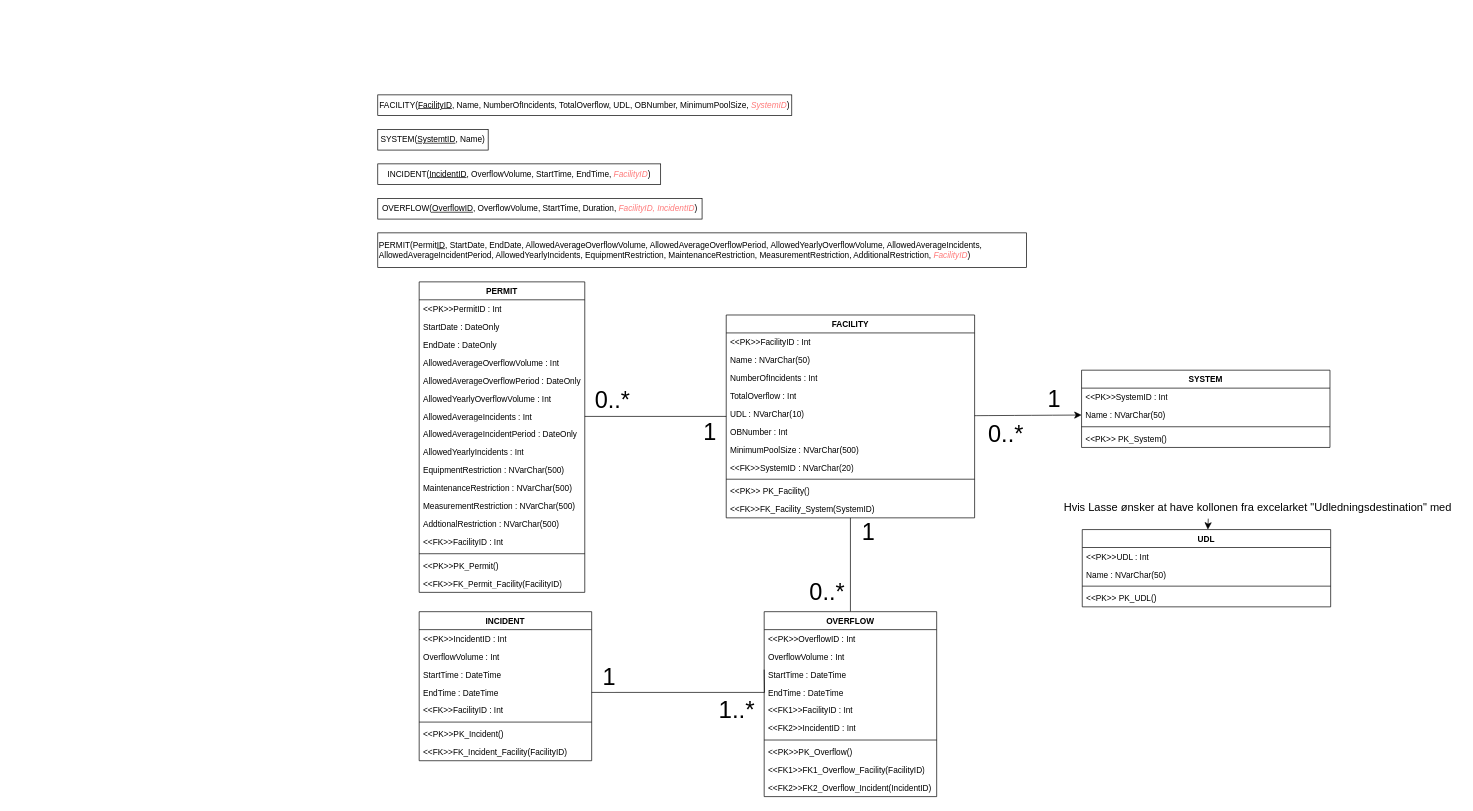
This is Relationsskemaer_og_ERDiagram.drawio from DScharla/T14, a draw.io file, before an edit. Source tidied: cells renumbered, new cells numbered last; positions are measured from the earlier drawing's top-left corner, leaving out a move shared by most shapes. Both pictures are drawn from the tidied source at 69%, with x=0, y=0 at pixel (377, 95).
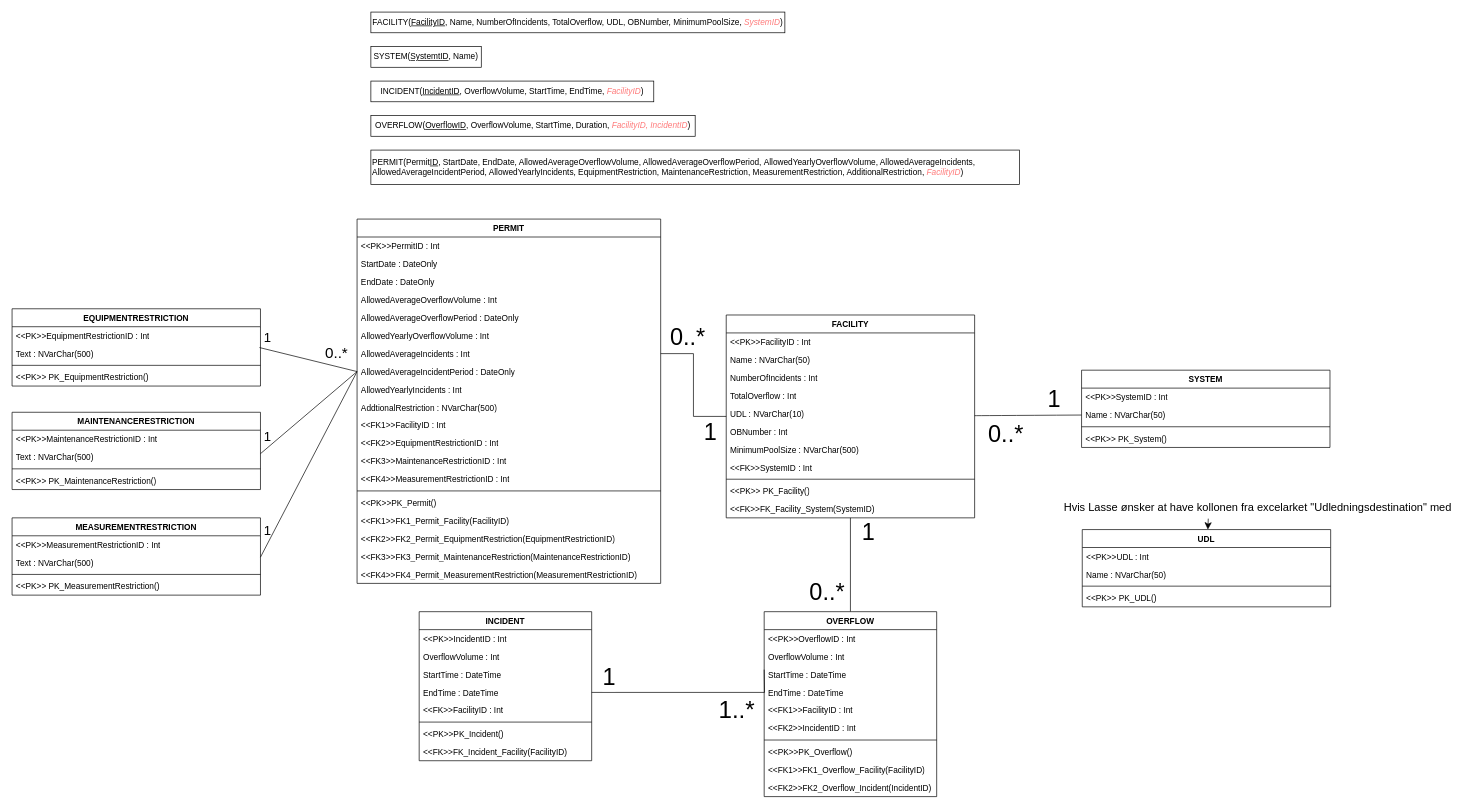
The same page after the edit.

Commit message:
opdateret ER-diagram

Unchanged cells that the change refers to:
```xml
<mxCell id="15" value="FACILITY" style="swimlane;fontStyle=1;align=center;verticalAlign=top;horizontal=1;startSize=26;whiteSpace=wrap;html=1;" parent="1" vertex="1">
  <mxGeometry x="505" y="319" width="360" height="294" as="geometry" />
</mxCell>
<mxCell id="70" value="Name : NVarChar(50)" style="text;strokeColor=none;fillColor=none;align=left;verticalAlign=top;spacingLeft=4;spacingRight=4;overflow=hidden;points=[[0,0.5],[1,0.5]];portConstraint=eastwest;whiteSpace=wrap;html=1;" parent="68" vertex="1">
  <mxGeometry y="52" width="360" height="26" as="geometry" />
</mxCell>
```

What changed in the source:
```diff
@@
     <mxCell id="2" value="FACILITY(&lt;u&gt;FacilityID&lt;/u&gt;, Name, NumberOfIncidents, TotalOverflow, UDL, OBNumber, MinimumPoolSize, &lt;i&gt;&lt;font color=&quot;#ff7a7a&quot;&gt;SystemID&lt;/font&gt;&lt;/i&gt;)" style="rounded=0;whiteSpace=wrap;html=1;" parent="1" vertex="1">
-      <mxGeometry width="600" height="30" as="geometry" />
+      <mxGeometry x="-10" y="-120" width="600" height="30" as="geometry" />
     </mxCell>
     <mxCell id="3" value="INCIDENT(&lt;u&gt;IncidentID&lt;/u&gt;, OverflowVolume, StartTime, EndTime,&amp;nbsp;&lt;i&gt;&lt;font color=&quot;#ff7a7a&quot;&gt;FacilityID&lt;/font&gt;&lt;/i&gt;)" style="rounded=0;whiteSpace=wrap;html=1;" parent="1" vertex="1">
-      <mxGeometry y="100" width="410" height="30" as="geometry" />
+      <mxGeometry x="-10" y="-20" width="410" height="30" as="geometry" />
     </mxCell>
     <mxCell id="4" value="OVERFLOW(&lt;u&gt;OverflowID&lt;/u&gt;, OverflowVolume, StartTime, Duration,&amp;nbsp;&lt;i&gt;&lt;font color=&quot;#ff7a7a&quot;&gt;FacilityID,&amp;nbsp;&lt;/font&gt;&lt;/i&gt;&lt;i&gt;&lt;font color=&quot;#ff7a7a&quot;&gt;IncidentID&lt;/font&gt;&lt;/i&gt;)" style="rounded=0;whiteSpace=wrap;html=1;" parent="1" vertex="1">
-      <mxGeometry y="150" width="470" height="30" as="geometry" />
+      <mxGeometry x="-10" y="30" width="470" height="30" as="geometry" />
     </mxCell>
     <mxCell id="5" value="PERMIT(Permit&lt;u&gt;ID&lt;/u&gt;, StartDate, EndDate, AllowedAverageOverflowVolume, AllowedAverageOverflowPeriod,&amp;nbsp;AllowedYearlyOverflowVolume, AllowedAverageIncidents, AllowedAverageIncidentPeriod, AllowedYearlyIncidents, EquipmentRestriction, MaintenanceRestriction, MeasurementRestriction, AdditionalRestriction, &lt;i&gt;&lt;font color=&quot;#ff7a7a&quot;&gt;FacilityID&lt;/font&gt;&lt;/i&gt;)" style="rounded=0;whiteSpace=wrap;html=1;align=left;" parent="1" vertex="1">
-      <mxGeometry y="200" width="940" height="50" as="geometry" />
+      <mxGeometry x="-10" y="80" width="940" height="50" as="geometry" />
     </mxCell>
@@
-    <mxCell id="12" style="edgeStyle=none;curved=1;rounded=0;jettySize=auto;html=1;fontSize=12;startSize=8;endSize=8;entryX=0;entryY=0.5;entryDx=0;entryDy=0;" parent="1" edge="1" source="15" target="70">
+    <mxCell id="12" style="edgeStyle=none;curved=1;rounded=0;jettySize=auto;html=1;fontSize=12;startSize=8;endSize=8;entryX=0;entryY=0.5;entryDx=0;entryDy=0;endArrow=none;endFill=0;" parent="1" edge="1" source="15" target="70">
       <mxGeometry relative="1" as="geometry" />
     </mxCell>
@@
-    <mxCell id="23" value="&amp;lt;&amp;lt;FK&amp;gt;&amp;gt;SystemID : NVarChar(20)" style="text;strokeColor=none;fillColor=none;align=left;verticalAlign=top;spacingLeft=4;spacingRight=4;overflow=hidden;whiteSpace=wrap;html=1;" parent="15" vertex="1">
+    <mxCell id="23" value="&amp;lt;&amp;lt;FK&amp;gt;&amp;gt;SystemID : Int" style="text;strokeColor=none;fillColor=none;align=left;verticalAlign=top;spacingLeft=4;spacingRight=4;overflow=hidden;whiteSpace=wrap;html=1;" parent="15" vertex="1">
       <mxGeometry y="208" width="360" height="26" as="geometry" />
     </mxCell>
@@
     <mxCell id="36" value="PERMIT" style="swimlane;fontStyle=1;align=center;verticalAlign=top;horizontal=1;startSize=26;whiteSpace=wrap;html=1;" parent="1" vertex="1">
-      <mxGeometry x="60" y="271" width="240" height="450" as="geometry" />
+      <mxGeometry x="-30" y="180" width="440" height="528" as="geometry" />
     </mxCell>
     <mxCell id="37" value="&amp;lt;&amp;lt;PK&amp;gt;&amp;gt;PermitID : Int" style="text;strokeColor=none;fillColor=none;align=left;verticalAlign=top;spacingLeft=4;spacingRight=4;overflow=hidden;whiteSpace=wrap;html=1;" parent="36" vertex="1">
-      <mxGeometry y="26" width="240" height="26" as="geometry" />
+      <mxGeometry y="26" width="440" height="26" as="geometry" />
     </mxCell>
     <mxCell id="38" value="StartDate : DateOnly" style="text;strokeColor=none;fillColor=none;align=left;verticalAlign=top;spacingLeft=4;spacingRight=4;overflow=hidden;whiteSpace=wrap;html=1;" parent="36" vertex="1">
-      <mxGeometry y="52" width="240" height="26" as="geometry" />
+      <mxGeometry y="52" width="440" height="26" as="geometry" />
     </mxCell>
     <mxCell id="39" value="EndDate : DateOnly" style="text;strokeColor=none;fillColor=none;align=left;verticalAlign=top;spacingLeft=4;spacingRight=4;overflow=hidden;whiteSpace=wrap;html=1;" parent="36" vertex="1">
-      <mxGeometry y="78" width="240" height="26" as="geometry" />
+      <mxGeometry y="78" width="440" height="26" as="geometry" />
     </mxCell>
     <mxCell id="40" value="AllowedAverageOverflowVolume : Int" style="text;strokeColor=none;fillColor=none;align=left;verticalAlign=top;spacingLeft=4;spacingRight=4;overflow=hidden;whiteSpace=wrap;html=1;" parent="36" vertex="1">
-      <mxGeometry y="104" width="240" height="26" as="geometry" />
+      <mxGeometry y="104" width="440" height="26" as="geometry" />
     </mxCell>
     <mxCell id="41" value="AllowedAverageOverflowPeriod : DateOnly" style="text;strokeColor=none;fillColor=none;align=left;verticalAlign=top;spacingLeft=4;spacingRight=4;overflow=hidden;whiteSpace=wrap;html=1;" parent="36" vertex="1">
-      <mxGeometry y="130" width="240" height="26" as="geometry" />
+      <mxGeometry y="130" width="440" height="26" as="geometry" />
     </mxCell>
     <mxCell id="42" value="AllowedYearlyOverflowVolume : Int" style="text;strokeColor=none;fillColor=none;align=left;verticalAlign=top;spacingLeft=4;spacingRight=4;overflow=hidden;whiteSpace=wrap;html=1;" parent="36" vertex="1">
-      <mxGeometry y="156" width="240" height="26" as="geometry" />
+      <mxGeometry y="156" width="440" height="26" as="geometry" />
     </mxCell>
     <mxCell id="43" value="AllowedAverageIncidents : Int" style="text;strokeColor=none;fillColor=none;align=left;verticalAlign=top;spacingLeft=4;spacingRight=4;overflow=hidden;points=[[0,0.5],[1,0.5]];portConstraint=eastwest;whiteSpace=wrap;html=1;" parent="36" vertex="1">
-      <mxGeometry y="182" width="240" height="26" as="geometry" />
+      <mxGeometry y="182" width="440" height="26" as="geometry" />
     </mxCell>
     <mxCell id="44" value="AllowedAverageIncidentPeriod : DateOnly" style="text;strokeColor=none;fillColor=none;align=left;verticalAlign=top;spacingLeft=4;spacingRight=4;overflow=hidden;points=[[0,0.5],[1,0.5]];portConstraint=eastwest;whiteSpace=wrap;html=1;" parent="36" vertex="1">
-      <mxGeometry y="208" width="240" height="26" as="geometry" />
+      <mxGeometry y="208" width="440" height="26" as="geometry" />
     </mxCell>
     <mxCell id="45" value="AllowedYearlyIncidents : Int" style="text;strokeColor=none;fillColor=none;align=left;verticalAlign=top;spacingLeft=4;spacingRight=4;overflow=hidden;whiteSpace=wrap;html=1;" parent="36" vertex="1">
-      <mxGeometry y="234" width="240" height="26" as="geometry" />
+      <mxGeometry y="234" width="440" height="26" as="geometry" />
     </mxCell>
-    <mxCell id="46" value="EquipmentRestriction : NVarChar(500)" style="text;strokeColor=none;fillColor=none;align=left;verticalAlign=top;spacingLeft=4;spacingRight=4;overflow=hidden;whiteSpace=wrap;html=1;" parent="36" vertex="1">
-      <mxGeometry y="260" width="240" height="26" as="geometry" />
-    </mxCell>
-    <mxCell id="47" value="MaintenanceRestriction : NVarChar(500)" style="text;strokeColor=none;fillColor=none;align=left;verticalAlign=top;spacingLeft=4;spacingRight=4;overflow=hidden;whiteSpace=wrap;html=1;" parent="36" vertex="1">
-      <mxGeometry y="286" width="240" height="26" as="geometry" />
-    </mxCell>
-    <mxCell id="48" value="MeasurementRestriction : NVarChar(500)" style="text;strokeColor=none;fillColor=none;align=left;verticalAlign=top;spacingLeft=4;spacingRight=4;overflow=hidden;whiteSpace=wrap;html=1;" parent="36" vertex="1">
-      <mxGeometry y="312" width="240" height="26" as="geometry" />
-    </mxCell>
     <mxCell id="49" value="AddtionalRestriction : NVarChar(500)" style="text;strokeColor=none;fillColor=none;align=left;verticalAlign=top;spacingLeft=4;spacingRight=4;overflow=hidden;whiteSpace=wrap;html=1;" parent="36" vertex="1">
-      <mxGeometry y="338" width="240" height="26" as="geometry" />
+      <mxGeometry y="260" width="440" height="26" as="geometry" />
     </mxCell>
-    <mxCell id="50" value="&amp;lt;&amp;lt;FK&amp;gt;&amp;gt;FacilityID : Int" style="text;strokeColor=none;fillColor=none;align=left;verticalAlign=top;spacingLeft=4;spacingRight=4;overflow=hidden;whiteSpace=wrap;html=1;" parent="36" vertex="1">
-      <mxGeometry y="364" width="240" height="26" as="geometry" />
+    <mxCell id="50" value="&amp;lt;&amp;lt;FK1&amp;gt;&amp;gt;FacilityID : Int" style="text;strokeColor=none;fillColor=none;align=left;verticalAlign=top;spacingLeft=4;spacingRight=4;overflow=hidden;whiteSpace=wrap;html=1;" parent="36" vertex="1">
+      <mxGeometry y="286" width="440" height="26" as="geometry" />
     </mxCell>
+    <mxCell id="81" value="&amp;lt;&amp;lt;FK2&amp;gt;&amp;gt;EquipmentRestrictionID : Int" style="text;strokeColor=none;fillColor=none;align=left;verticalAlign=top;spacingLeft=4;spacingRight=4;overflow=hidden;whiteSpace=wrap;html=1;" parent="36" vertex="1">
+      <mxGeometry y="312" width="440" height="26" as="geometry" />
+    </mxCell>
+    <mxCell id="82" value="&amp;lt;&amp;lt;FK3&amp;gt;&amp;gt;MaintenanceRestrictionID : Int" style="text;strokeColor=none;fillColor=none;align=left;verticalAlign=top;spacingLeft=4;spacingRight=4;overflow=hidden;whiteSpace=wrap;html=1;" parent="36" vertex="1">
+      <mxGeometry y="338" width="440" height="26" as="geometry" />
+    </mxCell>
+    <mxCell id="83" value="&amp;lt;&amp;lt;FK4&amp;gt;&amp;gt;MeasurementRestrictionID : Int" style="text;strokeColor=none;fillColor=none;align=left;verticalAlign=top;spacingLeft=4;spacingRight=4;overflow=hidden;whiteSpace=wrap;html=1;" parent="36" vertex="1">
+      <mxGeometry y="364" width="440" height="26" as="geometry" />
+    </mxCell>
     <mxCell id="51" style="line;strokeWidth=1;fillColor=none;align=left;verticalAlign=middle;spacingTop=-1;spacingLeft=3;spacingRight=3;labelPosition=right;strokeColor=inherit;" parent="36" vertex="1">
-      <mxGeometry y="390" width="240" height="8" as="geometry" />
+      <mxGeometry y="390" width="440" height="8" as="geometry" />
     </mxCell>
     <mxCell id="52" value="&amp;lt;&amp;lt;PK&amp;gt;&amp;gt;PK_Permit()" style="text;strokeColor=none;fillColor=none;align=left;verticalAlign=top;spacingLeft=4;spacingRight=4;overflow=hidden;whiteSpace=wrap;html=1;" parent="36" vertex="1">
-      <mxGeometry y="398" width="240" height="26" as="geometry" />
+      <mxGeometry y="398" width="440" height="26" as="geometry" />
     </mxCell>
-    <mxCell id="53" value="&amp;lt;&amp;lt;FK&amp;gt;&amp;gt;FK_Permit_Facility(FacilityID)" style="text;strokeColor=none;fillColor=none;align=left;verticalAlign=top;spacingLeft=4;spacingRight=4;overflow=hidden;whiteSpace=wrap;html=1;" parent="36" vertex="1">
-      <mxGeometry y="424" width="240" height="26" as="geometry" />
+    <mxCell id="53" value="&amp;lt;&amp;lt;FK1&amp;gt;&amp;gt;FK1_Permit_Facility(FacilityID)" style="text;strokeColor=none;fillColor=none;align=left;verticalAlign=top;spacingLeft=4;spacingRight=4;overflow=hidden;whiteSpace=wrap;html=1;" parent="36" vertex="1">
+      <mxGeometry y="424" width="440" height="26" as="geometry" />
     </mxCell>
+    <mxCell id="84" value="&amp;lt;&amp;lt;FK2&amp;gt;&amp;gt;FK2_Permit_EquipmentRestriction(EquipmentRestrictionID)" style="text;strokeColor=none;fillColor=none;align=left;verticalAlign=top;spacingLeft=4;spacingRight=4;overflow=hidden;whiteSpace=wrap;html=1;" parent="36" vertex="1">
+      <mxGeometry y="450" width="440" height="26" as="geometry" />
+    </mxCell>
+    <mxCell id="85" value="&amp;lt;&amp;lt;FK3&amp;gt;&amp;gt;FK3_Permit_MaintenanceRestriction(MaintenanceRestrictionID)" style="text;strokeColor=none;fillColor=none;align=left;verticalAlign=top;spacingLeft=4;spacingRight=4;overflow=hidden;whiteSpace=wrap;html=1;" parent="36" vertex="1">
+      <mxGeometry y="476" width="440" height="26" as="geometry" />
+    </mxCell>
+    <mxCell id="86" value="&amp;lt;&amp;lt;FK4&amp;gt;&amp;gt;FK4_Permit_MeasurementRestriction(MeasurementRestrictionID)" style="text;strokeColor=none;fillColor=none;align=left;verticalAlign=top;spacingLeft=4;spacingRight=4;overflow=hidden;whiteSpace=wrap;html=1;" parent="36" vertex="1">
+      <mxGeometry y="502" width="440" height="26" as="geometry" />
+    </mxCell>
@@
     <mxCell id="80" value="SYSTEM(&lt;u&gt;SystemtID&lt;/u&gt;, Name)" style="rounded=0;whiteSpace=wrap;html=1;" parent="1" vertex="1">
-      <mxGeometry y="50" width="160" height="30" as="geometry" />
+      <mxGeometry x="-10" y="-70" width="160" height="30" as="geometry" />
     </mxCell>
+    <mxCell id="87" value="EQUIPMENTRESTRICTION" style="swimlane;fontStyle=1;align=center;verticalAlign=top;horizontal=1;startSize=26;whiteSpace=wrap;html=1;" parent="1" vertex="1">
+      <mxGeometry x="-530" y="310" width="360" height="112" as="geometry" />
+    </mxCell>
+    <mxCell id="88" value="&amp;lt;&amp;lt;PK&amp;gt;&amp;gt;EquipmentRestrictionID : Int" style="text;strokeColor=none;fillColor=none;align=left;verticalAlign=top;spacingLeft=4;spacingRight=4;overflow=hidden;whiteSpace=wrap;html=1;" parent="87" vertex="1">
+      <mxGeometry y="26" width="360" height="26" as="geometry" />
+    </mxCell>
+    <mxCell id="89" value="Text : NVarChar(500)" style="text;strokeColor=none;fillColor=none;align=left;verticalAlign=top;spacingLeft=4;spacingRight=4;overflow=hidden;points=[[0,0.5],[1,0.5]];portConstraint=eastwest;whiteSpace=wrap;html=1;" parent="87" vertex="1">
+      <mxGeometry y="52" width="360" height="26" as="geometry" />
+    </mxCell>
+    <mxCell id="90" style="line;strokeWidth=1;fillColor=none;align=left;verticalAlign=middle;spacingTop=-1;spacingLeft=3;spacingRight=3;labelPosition=right;strokeColor=inherit;" parent="87" vertex="1">
+      <mxGeometry y="78" width="360" height="8" as="geometry" />
+    </mxCell>
+    <mxCell id="91" value="&amp;lt;&amp;lt;PK&amp;gt;&amp;gt; PK_EquipmentRestriction()" style="text;strokeColor=none;fillColor=none;align=left;verticalAlign=top;spacingLeft=4;spacingRight=4;overflow=hidden;whiteSpace=wrap;html=1;" parent="87" vertex="1">
+      <mxGeometry y="86" width="360" height="26" as="geometry" />
+    </mxCell>
+    <mxCell id="92" value="MAINTENANCERESTRICTION" style="swimlane;fontStyle=1;align=center;verticalAlign=top;horizontal=1;startSize=26;whiteSpace=wrap;html=1;" parent="1" vertex="1">
+      <mxGeometry x="-530" y="460" width="360" height="112" as="geometry" />
+    </mxCell>
+    <mxCell id="93" value="&amp;lt;&amp;lt;PK&amp;gt;&amp;gt;MaintenanceRestrictionID : Int" style="text;strokeColor=none;fillColor=none;align=left;verticalAlign=top;spacingLeft=4;spacingRight=4;overflow=hidden;whiteSpace=wrap;html=1;" parent="92" vertex="1">
+      <mxGeometry y="26" width="360" height="26" as="geometry" />
+    </mxCell>
+    <mxCell id="94" value="Text : NVarChar(500)" style="text;strokeColor=none;fillColor=none;align=left;verticalAlign=top;spacingLeft=4;spacingRight=4;overflow=hidden;whiteSpace=wrap;html=1;" parent="92" vertex="1">
+      <mxGeometry y="52" width="360" height="26" as="geometry" />
+    </mxCell>
+    <mxCell id="95" style="line;strokeWidth=1;fillColor=none;align=left;verticalAlign=middle;spacingTop=-1;spacingLeft=3;spacingRight=3;labelPosition=right;strokeColor=inherit;" parent="92" vertex="1">
+      <mxGeometry y="78" width="360" height="8" as="geometry" />
+    </mxCell>
+    <mxCell id="96" value="&amp;lt;&amp;lt;PK&amp;gt;&amp;gt; PK_MaintenanceRestriction()" style="text;strokeColor=none;fillColor=none;align=left;verticalAlign=top;spacingLeft=4;spacingRight=4;overflow=hidden;whiteSpace=wrap;html=1;" parent="92" vertex="1">
+      <mxGeometry y="86" width="360" height="26" as="geometry" />
+    </mxCell>
+    <mxCell id="97" value="MEASUREMENTRESTRICTION" style="swimlane;fontStyle=1;align=center;verticalAlign=top;horizontal=1;startSize=26;whiteSpace=wrap;html=1;" parent="1" vertex="1">
+      <mxGeometry x="-530" y="613" width="360" height="112" as="geometry" />
+    </mxCell>
+    <mxCell id="98" value="&amp;lt;&amp;lt;PK&amp;gt;&amp;gt;MeasurementRestrictionID : Int" style="text;strokeColor=none;fillColor=none;align=left;verticalAlign=top;spacingLeft=4;spacingRight=4;overflow=hidden;whiteSpace=wrap;html=1;" parent="97" vertex="1">
+      <mxGeometry y="26" width="360" height="26" as="geometry" />
+    </mxCell>
+    <mxCell id="99" value="Text : NVarChar(500)" style="text;strokeColor=none;fillColor=none;align=left;verticalAlign=top;spacingLeft=4;spacingRight=4;overflow=hidden;whiteSpace=wrap;html=1;" parent="97" vertex="1">
+      <mxGeometry y="52" width="360" height="26" as="geometry" />
+    </mxCell>
+    <mxCell id="100" style="line;strokeWidth=1;fillColor=none;align=left;verticalAlign=middle;spacingTop=-1;spacingLeft=3;spacingRight=3;labelPosition=right;strokeColor=inherit;" parent="97" vertex="1">
+      <mxGeometry y="78" width="360" height="8" as="geometry" />
+    </mxCell>
+    <mxCell id="101" value="&amp;lt;&amp;lt;PK&amp;gt;&amp;gt; PK_MeasurementRestriction()" style="text;strokeColor=none;fillColor=none;align=left;verticalAlign=top;spacingLeft=4;spacingRight=4;overflow=hidden;whiteSpace=wrap;html=1;" parent="97" vertex="1">
+      <mxGeometry y="86" width="360" height="26" as="geometry" />
+    </mxCell>
+    <mxCell id="102" style="endArrow=none;html=1;rounded=0;exitX=0.996;exitY=0.162;exitDx=0;exitDy=0;exitPerimeter=0;entryX=0;entryY=0.5;entryDx=0;entryDy=0;" parent="1" edge="1" source="89" target="44">
+      <mxGeometry relative="1" as="geometry" />
+    </mxCell>
+    <mxCell id="103" value="&lt;font style=&quot;font-size: 22px;&quot;&gt;0..*&lt;/font&gt;" style="edgeLabel;html=1;align=center;verticalAlign=middle;" parent="102" vertex="1">
+      <mxGeometry x="0.07" y="1" relative="1" as="geometry">
+        <mxPoint x="35" y="-9" as="offset" />
+      </mxGeometry>
+    </mxCell>
+    <mxCell id="104" style="endArrow=none;html=1;rounded=0;entryX=0;entryY=0.5;entryDx=0;entryDy=0;" parent="1" edge="1" target="44">
+      <mxGeometry relative="1" as="geometry">
+        <mxPoint x="-170" y="520" as="sourcePoint" />
+      </mxGeometry>
+    </mxCell>
+    <mxCell id="105" style="endArrow=none;html=1;rounded=0;entryX=0;entryY=0.5;entryDx=0;entryDy=0;" parent="1" edge="1" target="44">
+      <mxGeometry relative="1" as="geometry">
+        <mxPoint x="-170" y="670" as="sourcePoint" />
+      </mxGeometry>
+    </mxCell>
+    <mxCell id="106" value="1" style="text;html=1;align=center;verticalAlign=middle;strokeColor=none;fillColor=none;fontSize=19;" parent="1" vertex="1">
+      <mxGeometry x="-175" y="333" width="30" height="40" as="geometry" />
+    </mxCell>
+    <mxCell id="107" value="1" style="text;html=1;align=center;verticalAlign=middle;strokeColor=none;fillColor=none;fontSize=19;" parent="1" vertex="1">
+      <mxGeometry x="-175" y="476" width="30" height="40" as="geometry" />
+    </mxCell>
+    <mxCell id="108" value="1" style="text;html=1;align=center;verticalAlign=middle;strokeColor=none;fillColor=none;fontSize=19;" parent="1" vertex="1">
+      <mxGeometry x="-175" y="613" width="30" height="40" as="geometry" />
+    </mxCell>
```
